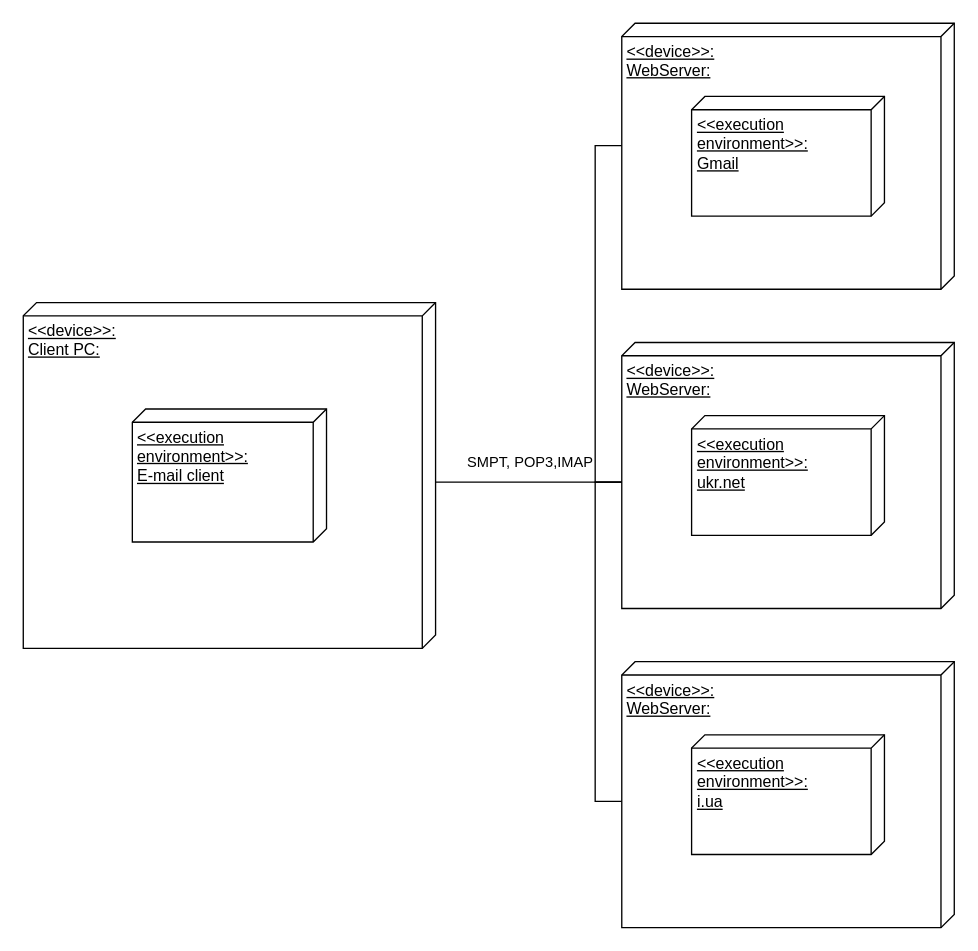
BeautifulBublik/TRPZ keeps this draw.io diagram as Lab_3/Діаграма розгортання.drawio. Above is the earlier version. Source tidied: cells renumbered, new cells numbered last; positions are measured from the earlier drawing's top-left corner, leaving out a move shared by most shapes. Both pictures are drawn from the tidied source at 133%, with x=0, y=0 at pixel (23, 23).
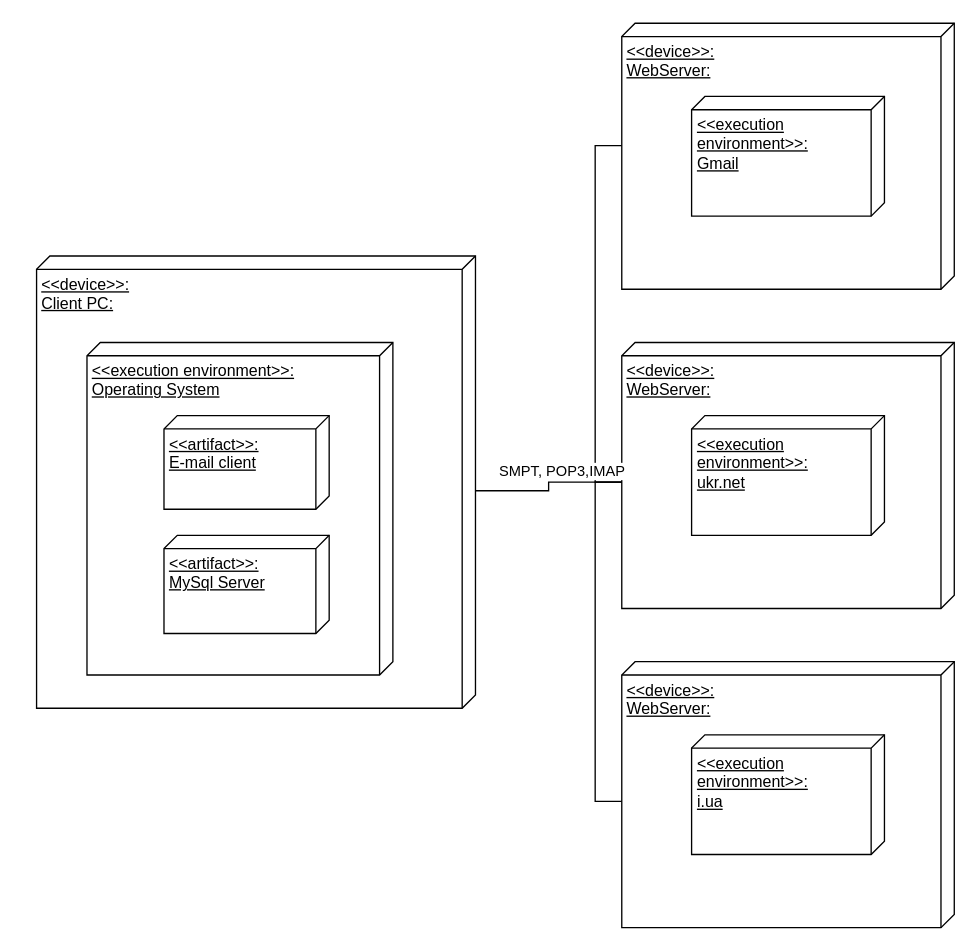
The same page after the edit.

Diff of the diagram source:
```diff
@@
     <mxCell id="2" style="group;" parent="1" vertex="1">
-      <mxGeometry y="210" width="310" height="260" as="geometry" />
+      <mxGeometry x="10" y="175" width="330" height="350" as="geometry" />
     </mxCell>
     <mxCell id="3" value="&lt;div&gt;&amp;lt;&amp;lt;device&amp;gt;&amp;gt;:&lt;/div&gt;&lt;div&gt;Client PC:&lt;/div&gt;" style="verticalAlign=top;align=left;spacingTop=8;spacingLeft=2;spacingRight=12;shape=cube;size=10;direction=south;fontStyle=4;html=1;whiteSpace=wrap;" parent="2" vertex="1">
-      <mxGeometry width="310" height="260" as="geometry" />
+      <mxGeometry width="330" height="340" as="geometry" />
     </mxCell>
+    <mxCell id="18" value="&lt;div&gt;&amp;lt;&amp;lt;execution environment&amp;gt;&amp;gt;:&lt;/div&gt;&lt;div&gt;Operating System&lt;/div&gt;" style="verticalAlign=top;align=left;spacingTop=8;spacingLeft=2;spacingRight=12;shape=cube;size=10;direction=south;fontStyle=4;html=1;whiteSpace=wrap;" parent="2" vertex="1">
+      <mxGeometry x="37.9" y="65" width="230" height="250" as="geometry" />
+    </mxCell>
-    <mxCell id="4" value="&lt;div&gt;&amp;lt;&amp;lt;execution environment&amp;gt;&amp;gt;:&lt;/div&gt;&lt;div&gt;E-mail client&lt;/div&gt;" style="verticalAlign=top;align=left;spacingTop=8;spacingLeft=2;spacingRight=12;shape=cube;size=10;direction=south;fontStyle=4;html=1;whiteSpace=wrap;" parent="2" vertex="1">
-      <mxGeometry x="82" y="80" width="146" height="100" as="geometry" />
+    <mxCell id="4" value="&lt;div&gt;&amp;lt;&amp;lt;artifact&amp;gt;&amp;gt;:&lt;/div&gt;&lt;div&gt;E-mail client&lt;/div&gt;" style="verticalAlign=top;align=left;spacingTop=8;spacingLeft=2;spacingRight=12;shape=cube;size=10;direction=south;fontStyle=4;html=1;whiteSpace=wrap;" parent="2" vertex="1">
+      <mxGeometry x="95.8" y="120" width="124.2" height="70.4" as="geometry" />
     </mxCell>
+    <mxCell id="19" value="&lt;div&gt;&amp;lt;&amp;lt;artifact&amp;gt;&amp;gt;:&lt;/div&gt;&lt;div&gt;MySql Server&lt;/div&gt;" style="verticalAlign=top;align=left;spacingTop=8;spacingLeft=2;spacingRight=12;shape=cube;size=10;direction=south;fontStyle=4;html=1;whiteSpace=wrap;" parent="2" vertex="1">
+      <mxGeometry x="95.8" y="210" width="124.2" height="73.8" as="geometry" />
+    </mxCell>
```
